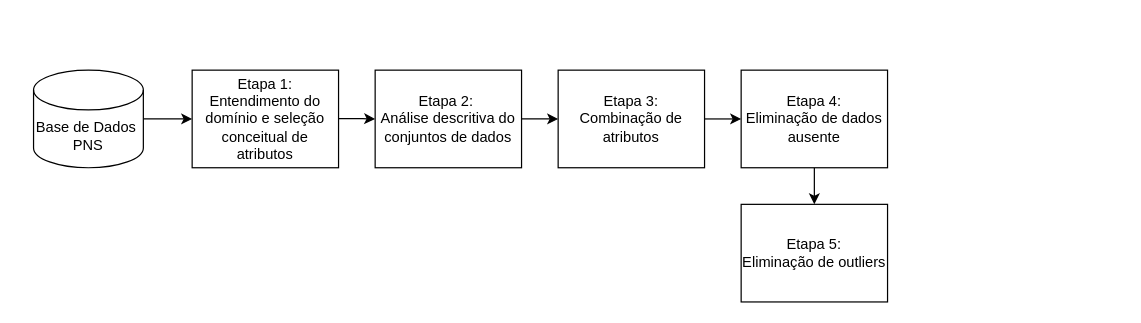
LuizFelipeCavalcante/Nutrition-and-Depression keeps this draw.io diagram as docs/DiagramaEtapasAplicadas.drawio. Above is the earlier version. Source tidied: cells renumbered, new cells numbered last; positions are measured from the earlier drawing's top-left corner, leaving out a move shared by most shapes. Both pictures are drawn from the tidied source at 122%, with x=0, y=0 at pixel (33, 70).
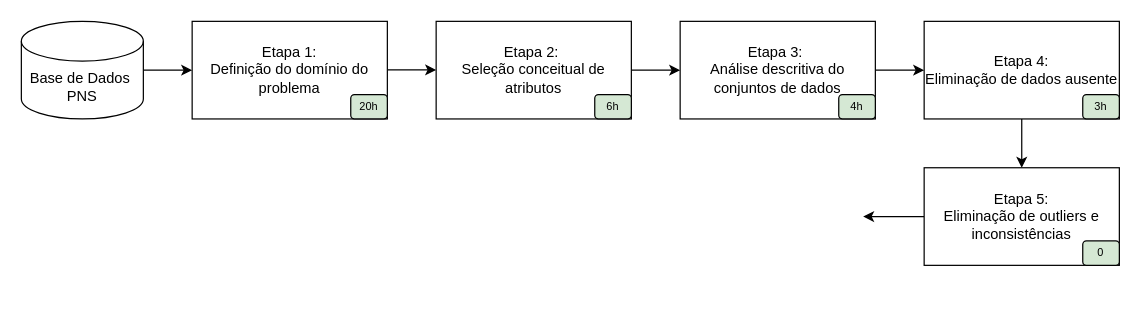
The same page after the edit.

Change to the diagram source:
```diff
@@
     <mxCell id="3" value="Base de Dados&amp;nbsp; PNS" style="shape=cylinder3;whiteSpace=wrap;html=1;boundedLbl=1;backgroundOutline=1;size=16.27778964572485;" parent="1" vertex="1">
-      <mxGeometry width="90" height="80" as="geometry" />
+      <mxGeometry x="-10" y="-40" width="100" height="80" as="geometry" />
     </mxCell>
-    <mxCell id="4" style="edgeStyle=orthogonalEdgeStyle;rounded=0;jettySize=auto;html=1;exitX=1.003;exitY=0.497;exitDx=0;exitDy=0;exitPerimeter=0;" parent="1" edge="1" source="5" target="7">
-      <mxGeometry relative="1" as="geometry" />
+    <mxCell id="4" style="edgeStyle=orthogonalEdgeStyle;rounded=0;jettySize=auto;html=1;exitX=1.003;exitY=0.497;exitDx=0;exitDy=0;exitPerimeter=0;" parent="1" edge="1" source="5">
+      <mxGeometry relative="1" as="geometry">
+        <mxPoint x="330" as="targetPoint" />
+      </mxGeometry>
     </mxCell>
-    <mxCell id="5" value="Etapa 1:&lt;div&gt;Entendimento do domínio e seleção conceitual de atributos&lt;/div&gt;" style="rounded=0;whiteSpace=wrap;html=1;" parent="1" vertex="1">
-      <mxGeometry x="130" width="120" height="80" as="geometry" />
+    <mxCell id="5" value="Etapa 1:&lt;div&gt;Definição do domínio do problema&lt;/div&gt;" style="rounded=0;whiteSpace=wrap;html=1;" parent="1" vertex="1">
+      <mxGeometry x="130" y="-40" width="160" height="80" as="geometry" />
     </mxCell>
-    <mxCell id="6" style="edgeStyle=orthogonalEdgeStyle;rounded=0;jettySize=auto;html=1;" parent="1" edge="1" source="7" target="9">
+    <mxCell id="6" style="edgeStyle=orthogonalEdgeStyle;rounded=0;jettySize=auto;html=1;exitX=1;exitY=0.5;exitDx=0;exitDy=0;entryX=0;entryY=0.5;entryDx=0;entryDy=0;" parent="1" edge="1" source="7" target="9">
       <mxGeometry relative="1" as="geometry" />
     </mxCell>
-    <mxCell id="7" value="Etapa 2:&amp;nbsp;&lt;div&gt;Análise descritiva do conjuntos de dados&lt;/div&gt;" style="rounded=0;whiteSpace=wrap;html=1;" parent="1" vertex="1">
-      <mxGeometry x="280" width="120" height="80" as="geometry" />
+    <mxCell id="7" value="Etapa 3:&amp;nbsp;&lt;div&gt;Análise descritiva do conjuntos de dados&lt;/div&gt;" style="rounded=0;whiteSpace=wrap;html=1;" parent="1" vertex="1">
+      <mxGeometry x="530" y="-40" width="160" height="80" as="geometry" />
     </mxCell>
-    <mxCell id="8" style="edgeStyle=orthogonalEdgeStyle;rounded=0;jettySize=auto;html=1;" parent="1" edge="1" source="9" target="11">
-      <mxGeometry relative="1" as="geometry">
-        <Array as="points">
-          <mxPoint x="570" y="40" />
-          <mxPoint x="570" y="40" />
-        </Array>
-      </mxGeometry>
+    <mxCell id="8" style="edgeStyle=orthogonalEdgeStyle;rounded=0;jettySize=auto;html=1;exitX=0.5;exitY=1;exitDx=0;exitDy=0;entryX=0.5;entryY=0;entryDx=0;entryDy=0;" parent="1" edge="1" source="9" target="11">
+      <mxGeometry relative="1" as="geometry" />
     </mxCell>
-    <mxCell id="9" value="Etapa 3:&lt;div&gt;Combinação de atributos&lt;/div&gt;" style="rounded=0;whiteSpace=wrap;html=1;" parent="1" vertex="1">
-      <mxGeometry x="430" width="120" height="80" as="geometry" />
+    <mxCell id="9" value="Etapa 4:&lt;div&gt;Eliminação de dados ausente&lt;/div&gt;" style="rounded=0;whiteSpace=wrap;html=1;" parent="1" vertex="1">
+      <mxGeometry x="730" y="-40" width="160" height="80" as="geometry" />
     </mxCell>
-    <mxCell id="10" style="edgeStyle=orthogonalEdgeStyle;rounded=0;jettySize=auto;html=1;" parent="1" edge="1" source="11" target="12">
-      <mxGeometry relative="1" as="geometry" />
+    <mxCell id="10" style="edgeStyle=orthogonalEdgeStyle;rounded=0;jettySize=auto;html=1;" parent="1" edge="1" source="11">
+      <mxGeometry relative="1" as="geometry">
+        <mxPoint x="680" y="120" as="targetPoint" />
+      </mxGeometry>
     </mxCell>
-    <mxCell id="11" value="Etapa 4:&lt;div&gt;Eliminação de dados ausente&lt;/div&gt;" style="rounded=0;whiteSpace=wrap;html=1;" parent="1" vertex="1">
-      <mxGeometry x="580" width="120" height="80" as="geometry" />
+    <mxCell id="11" value="Etapa 5:&lt;div&gt;Eliminação de outliers e inconsistências&lt;/div&gt;" style="rounded=0;whiteSpace=wrap;html=1;" parent="1" vertex="1">
+      <mxGeometry x="730" y="80" width="160" height="80" as="geometry" />
     </mxCell>
-    <mxCell id="12" value="Etapa 5:&lt;div&gt;Eliminação de outliers&lt;/div&gt;" style="rounded=0;whiteSpace=wrap;html=1;" parent="1" vertex="1">
-      <mxGeometry x="580" y="110" width="120" height="80" as="geometry" />
-    </mxCell>
+    <mxCell id="13" style="edgeStyle=orthogonalEdgeStyle;rounded=0;jettySize=auto;html=1;exitX=1;exitY=0.5;exitDx=0;exitDy=0;entryX=0;entryY=0.5;entryDx=0;entryDy=0;" parent="1" edge="1" source="14" target="7">
+      <mxGeometry relative="1" as="geometry" />
+    </mxCell>
+    <mxCell id="14" value="Etapa 2:&amp;nbsp;&lt;div&gt;Seleção conceitual de atributos&lt;/div&gt;" style="rounded=0;whiteSpace=wrap;html=1;" parent="1" vertex="1">
+      <mxGeometry x="330" y="-40" width="160" height="80" as="geometry" />
+    </mxCell>
+    <mxCell id="15" value="20h" style="rounded=1;whiteSpace=wrap;html=1;fontSize=9;labelBackgroundColor=none;fillColor=#D5E8D4;" parent="1" vertex="1">
+      <mxGeometry x="260" y="20" width="30" height="20" as="geometry" />
+    </mxCell>
+    <mxCell id="16" value="6h" style="rounded=1;whiteSpace=wrap;html=1;fontSize=9;labelBackgroundColor=none;fillColor=#D5E8D4;" parent="1" vertex="1">
+      <mxGeometry x="460" y="20" width="30" height="20" as="geometry" />
+    </mxCell>
+    <mxCell id="17" value="4h" style="rounded=1;whiteSpace=wrap;html=1;fontSize=9;labelBackgroundColor=none;fillColor=#D5E8D4;" parent="1" vertex="1">
+      <mxGeometry x="660" y="20" width="30" height="20" as="geometry" />
+    </mxCell>
+    <mxCell id="18" value="3h" style="rounded=1;whiteSpace=wrap;html=1;fontSize=9;labelBackgroundColor=none;fillColor=#D5E8D4;" parent="1" vertex="1">
+      <mxGeometry x="860" y="20" width="30" height="20" as="geometry" />
+    </mxCell>
+    <mxCell id="19" value="0" style="rounded=1;whiteSpace=wrap;html=1;fontSize=9;labelBackgroundColor=none;fillColor=#D5E8D4;" parent="1" vertex="1">
+      <mxGeometry x="860" y="140" width="30" height="20" as="geometry" />
+    </mxCell>
```
